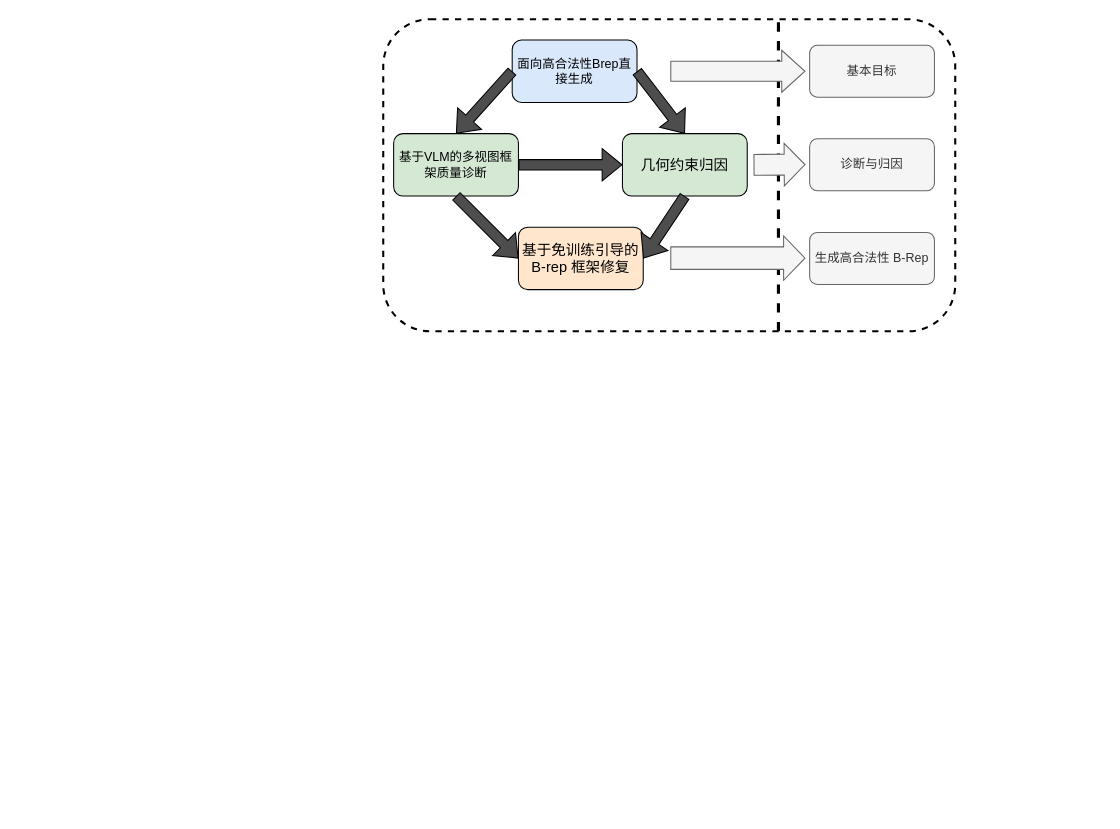
Above: 研究生开题报告.drawio in spaceboy202105/img (draw.io), before the change. Source tidied: cells renumbered, new cells numbered last; positions are measured from the earlier drawing's top-left corner, leaving out a move shared by most shapes. Both pictures are drawn from the tidied source at 104%, with x=0, y=0 at pixel (383, 19). Pictures stored in the file or linked from it are replaced by grey dashed boxes.
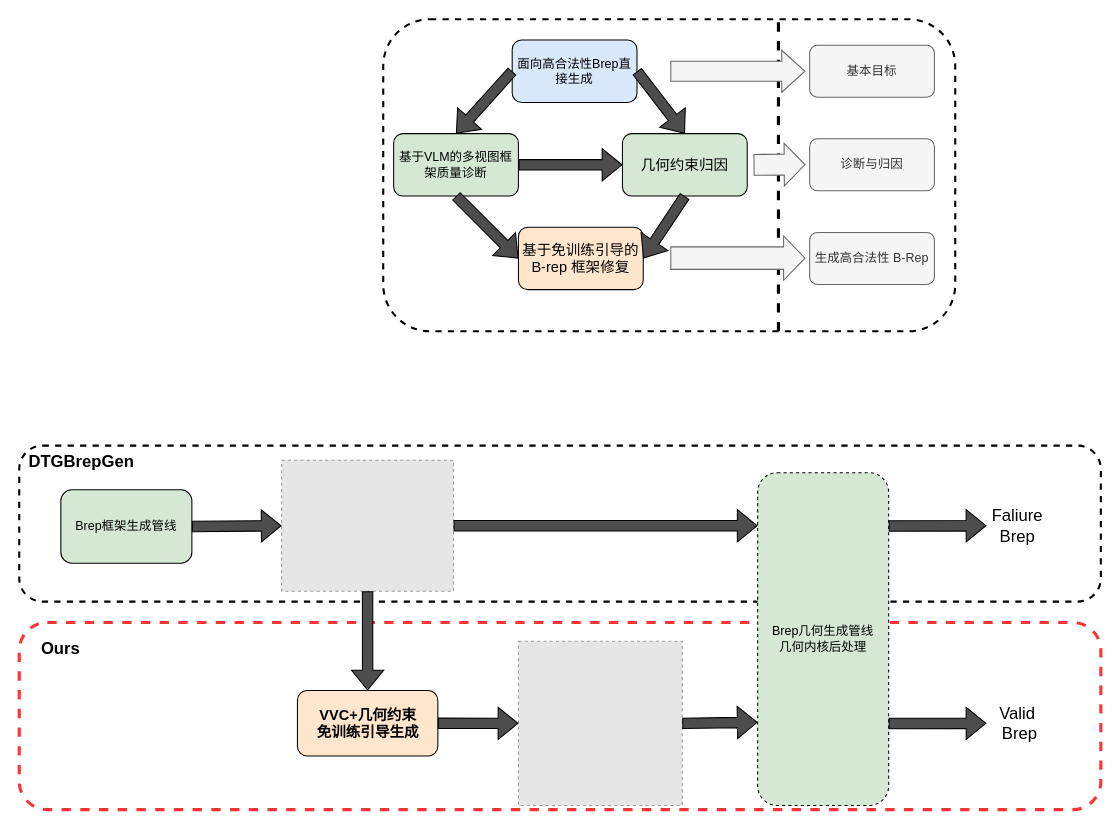
Above is the later version.

Commit message:
更新研究生开题报告.drawio

What changed in the source:
```diff
@@
+    <mxCell id="19" style="rounded=1;whiteSpace=wrap;html=1;fillColor=none;strokeColor=#000000;dashed=1;strokeWidth=2;" parent="1" vertex="1">
+      <mxGeometry x="-350" y="410" width="1040" height="150" as="geometry" />
+    </mxCell>
+    <mxCell id="20" style="rounded=1;whiteSpace=wrap;html=1;fillColor=none;strokeColor=#FF3333;dashed=1;strokeWidth=3;" parent="1" vertex="1">
+      <mxGeometry x="-350" y="580" width="1040" height="180" as="geometry" />
+    </mxCell>
+    <mxCell id="21" value="Brep框架生成管线" style="rounded=1;whiteSpace=wrap;html=1;fillColor=#d5e8d4;strokeColor=#000000;" parent="1" vertex="1">
+      <mxGeometry x="-310" y="452.5" width="126" height="70.5" as="geometry" />
+    </mxCell>
@@
+    <mxCell id="22" style="fillColor=#E6E6E6;strokeColor=#999999;dashed=1;verticalLabelPosition=bottom;labelBackgroundColor=default;verticalAlign=top;" parent="1" vertex="1">
+      <mxGeometry x="-97.7" y="424" width="165.3" height="126" as="geometry" />
+    </mxCell>
+    <mxCell id="23" style="fillColor=#E6E6E6;strokeColor=#999999;dashed=1;verticalLabelPosition=bottom;labelBackgroundColor=default;verticalAlign=top;" parent="1" vertex="1">
+      <mxGeometry x="130" y="598" width="157.5" height="158.1" as="geometry" />
+    </mxCell>
+    <mxCell id="24" value="&lt;div style=&quot;&quot;&gt;&lt;span style=&quot;background-color: transparent; color: light-dark(rgb(0, 0, 0), rgb(255, 255, 255)); font-size: 14px;&quot;&gt;&lt;font face=&quot;宋体&quot;&gt;&lt;b&gt;VVC+几何约束&lt;/b&gt;&lt;/font&gt;&lt;/span&gt;&lt;/div&gt;&lt;div style=&quot;&quot;&gt;&lt;span style=&quot;background-color: transparent; color: light-dark(rgb(0, 0, 0), rgb(255, 255, 255)); font-size: 14px;&quot;&gt;&lt;font face=&quot;宋体&quot;&gt;&lt;b&gt;免训练引导生成&lt;/b&gt;&lt;/font&gt;&lt;/span&gt;&lt;/div&gt;" style="rounded=1;whiteSpace=wrap;html=1;fillColor=#ffe6cc;strokeColor=#000000;align=center;" parent="1" vertex="1">
+      <mxGeometry x="-82.5" y="645.5" width="135" height="63" as="geometry" />
+    </mxCell>
+    <mxCell id="25" style="shape=flexArrow;endArrow=classic;html=1;rounded=0;entryX=0;entryY=0.5;entryDx=0;entryDy=0;exitX=1;exitY=0.5;exitDx=0;exitDy=0;fillColor=#4D4D4D;" parent="1" edge="1" source="24" target="23">
+      <mxGeometry relative="1" as="geometry" />
+    </mxCell>
+    <mxCell id="26" style="shape=flexArrow;endArrow=classic;html=1;rounded=0;entryX=0.5;entryY=0;entryDx=0;entryDy=0;fillColor=#4D4D4D;exitX=0.5;exitY=1;exitDx=0;exitDy=0;" parent="1" edge="1" source="22" target="24">
+      <mxGeometry relative="1" as="geometry" />
+    </mxCell>
+    <mxCell id="27" style="shape=flexArrow;endArrow=classic;html=1;rounded=0;entryX=0;entryY=0.5;entryDx=0;entryDy=0;fillColor=#4D4D4D;exitX=1;exitY=0.5;exitDx=0;exitDy=0;" parent="1" edge="1" source="21" target="22">
+      <mxGeometry relative="1" as="geometry" />
+    </mxCell>
+    <mxCell id="28" value="Brep几何生成管线&lt;div&gt;几何内核后处理&lt;/div&gt;" style="rounded=1;whiteSpace=wrap;html=1;fillColor=#d5e8d4;strokeColor=#000000;dashed=1;" parent="1" vertex="1">
+      <mxGeometry x="360" y="436" width="126" height="320" as="geometry" />
+    </mxCell>
+    <mxCell id="29" style="shape=flexArrow;endArrow=classic;html=1;rounded=0;fillColor=#4D4D4D;exitX=1;exitY=0.5;exitDx=0;exitDy=0;" parent="1" edge="1" source="22">
+      <mxGeometry relative="1" as="geometry">
+        <mxPoint x="360" y="487" as="targetPoint" />
+      </mxGeometry>
+    </mxCell>
+    <mxCell id="30" style="shape=flexArrow;endArrow=classic;html=1;rounded=0;entryX=0;entryY=0.75;entryDx=0;entryDy=0;fillColor=#4D4D4D;exitX=1;exitY=0.5;exitDx=0;exitDy=0;" parent="1" edge="1" source="23" target="28">
+      <mxGeometry relative="1" as="geometry" />
+    </mxCell>
+    <mxCell id="31" value="&lt;font style=&quot;font-size: 16px;&quot;&gt;&lt;b&gt;Ours&lt;/b&gt;&lt;/font&gt;" style="text;html=1;whiteSpace=wrap;strokeColor=none;fillColor=none;align=center;verticalAlign=middle;rounded=0;" parent="1" vertex="1">
+      <mxGeometry x="-340" y="590" width="60" height="30" as="geometry" />
+    </mxCell>
+    <mxCell id="32" value="&lt;font style=&quot;font-size: 16px;&quot;&gt;&lt;b&gt;DTGBrepGen&lt;/b&gt;&lt;/font&gt;" style="text;html=1;whiteSpace=wrap;strokeColor=none;fillColor=none;align=center;verticalAlign=middle;rounded=0;" parent="1" vertex="1">
+      <mxGeometry x="-320" y="410" width="60" height="30" as="geometry" />
+    </mxCell>
+    <mxCell id="33" value="&lt;font style=&quot;font-size: 16px;&quot;&gt;Faliure Brep&lt;/font&gt;" style="text;html=1;whiteSpace=wrap;strokeColor=none;fillColor=none;align=center;verticalAlign=middle;rounded=0;" parent="1" vertex="1">
+      <mxGeometry x="580" y="472" width="60" height="30" as="geometry" />
+    </mxCell>
+    <mxCell id="34" style="shape=flexArrow;endArrow=classic;html=1;rounded=0;fillColor=#4D4D4D;exitX=1;exitY=0.5;exitDx=0;exitDy=0;entryX=0;entryY=0.5;entryDx=0;entryDy=0;" parent="1" edge="1" target="33">
+      <mxGeometry relative="1" as="geometry">
+        <mxPoint x="486" y="487.3" as="sourcePoint" />
+      </mxGeometry>
+    </mxCell>
+    <mxCell id="35" value="&lt;div&gt;&lt;span style=&quot;font-size: 16px;&quot;&gt;Valid&lt;/span&gt;&lt;/div&gt;&lt;font style=&quot;font-size: 16px;&quot;&gt;&amp;nbsp;Brep&lt;/font&gt;" style="text;html=1;whiteSpace=wrap;strokeColor=none;fillColor=none;align=center;verticalAlign=middle;rounded=0;" parent="1" vertex="1">
+      <mxGeometry x="580" y="662" width="60" height="30" as="geometry" />
+    </mxCell>
+    <mxCell id="36" style="shape=flexArrow;endArrow=classic;html=1;rounded=0;fillColor=#4D4D4D;exitX=1;exitY=0.5;exitDx=0;exitDy=0;entryX=0;entryY=0.5;entryDx=0;entryDy=0;" parent="1" edge="1" target="35">
+      <mxGeometry relative="1" as="geometry">
+        <mxPoint x="486" y="677.2" as="sourcePoint" />
+      </mxGeometry>
+    </mxCell>
```
